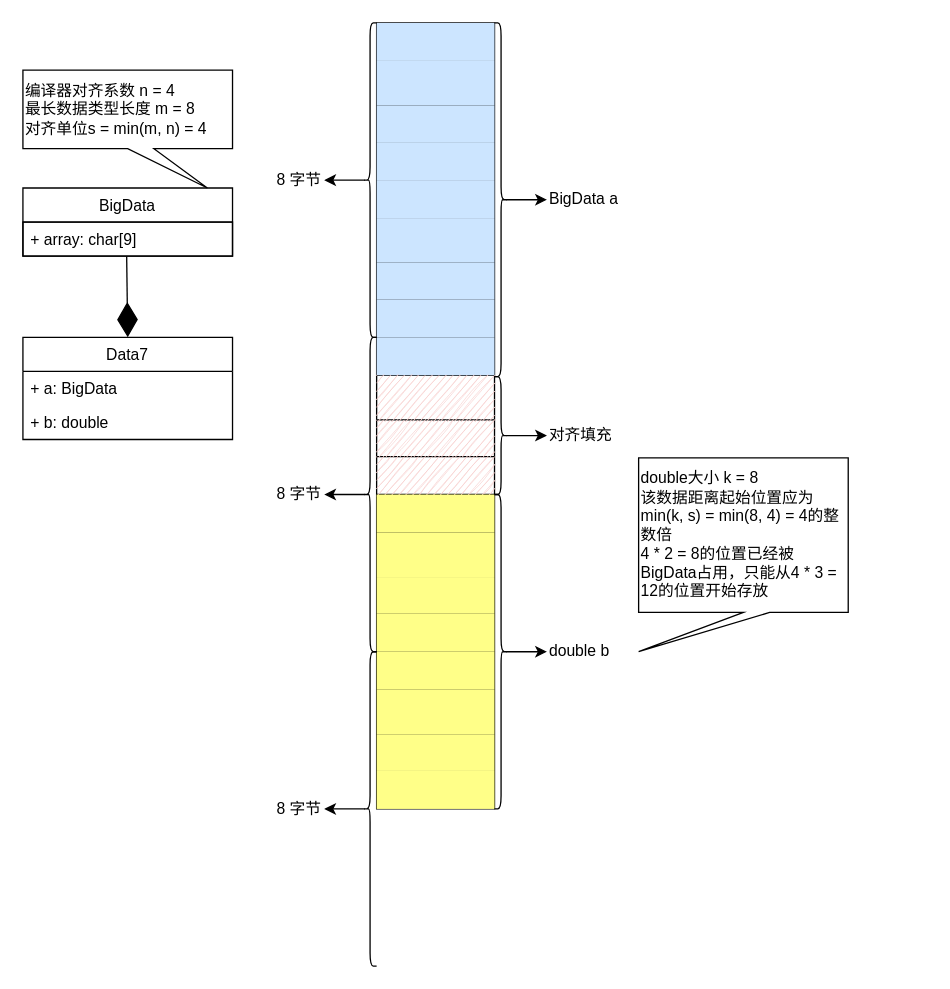
zhxilin/picbed keeps this draw.io diagram as TechStack/memory_alignment_case7.drawio. Above is the earlier version. Source tidied: cells renumbered, new cells numbered last; positions are measured from the earlier drawing's top-left corner, leaving out a move shared by most shapes. Both pictures are drawn from the tidied source at 131%, with x=0, y=0 at pixel (22, 22).
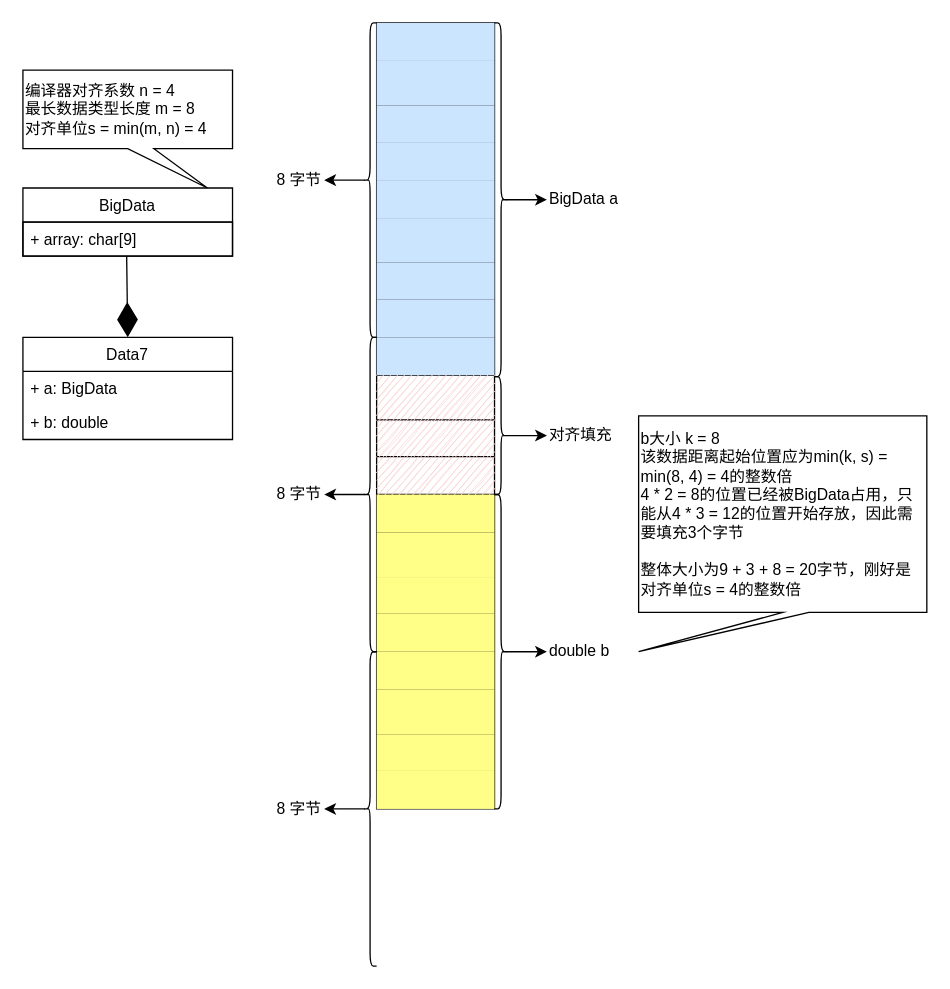
Above is the later version.

Diff of the diagram source:
```diff
@@
-    <mxCell id="68" value="double大小 k = 8&lt;div&gt;该数据距离起始位置应为min(k, s) = min(8, 4) = 4的整数倍&lt;/div&gt;&lt;div&gt;4 * 2 = 8的位置已经被BigData占用，只能从4 * 3 = 12的位置开始存放&lt;/div&gt;" style="shape=callout;whiteSpace=wrap;html=1;perimeter=calloutPerimeter;sketch=0;position2=0;align=left;strokeColor=default;" parent="1" vertex="1">
-      <mxGeometry x="470" y="332" width="160" height="148" as="geometry" />
+    <mxCell id="68" value="b大小 k = 8&lt;div&gt;该数据距离起始位置应为min(k, s) = min(8, 4) = 4的整数倍&lt;/div&gt;&lt;div&gt;4 * 2 = 8的位置已经被BigData占用，只能从4 * 3 = 12的位置开始存放，因此需要填充3个字节&lt;/div&gt;&lt;div&gt;&lt;br&gt;&lt;/div&gt;&lt;div&gt;整体大小为9 + 3 + 8 = 20字节，刚好是对齐单位s = 4的整数倍&lt;/div&gt;" style="shape=callout;whiteSpace=wrap;html=1;perimeter=calloutPerimeter;sketch=0;position2=0;align=left;strokeColor=default;" parent="1" vertex="1">
+      <mxGeometry x="470" y="300" width="220" height="180" as="geometry" />
     </mxCell>
```
